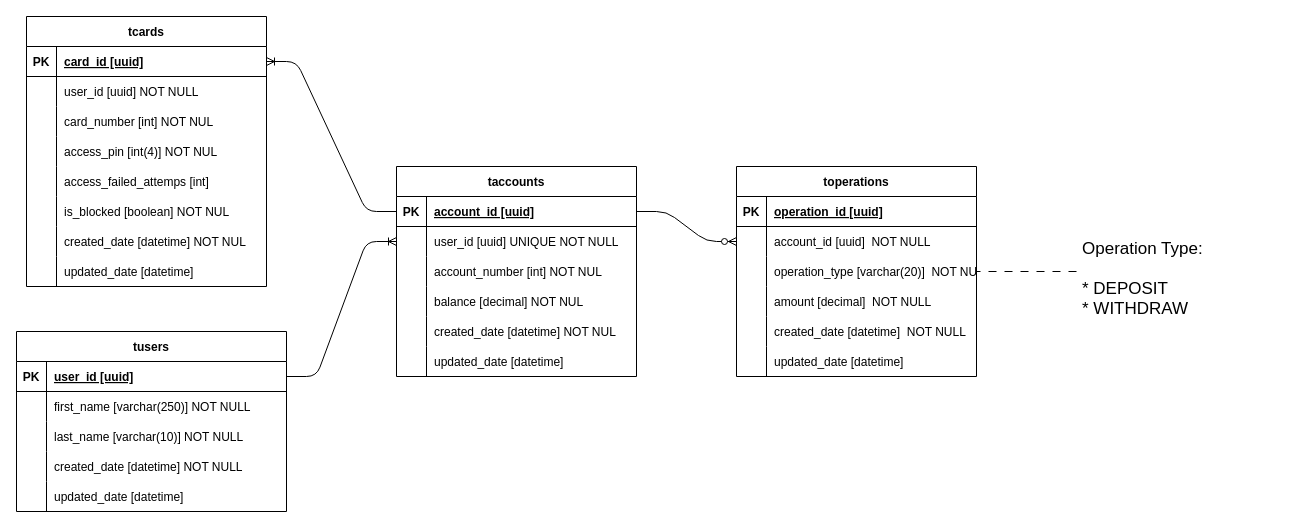
diego-f-ardila-r/challenge keeps this draw.io diagram as doc/metafar-challenge-der.drawio. Above is the earlier version. Source tidied: cells renumbered, new cells numbered last; positions are measured from the earlier drawing's top-left corner, leaving out a move shared by most shapes. Both pictures are drawn from the tidied source at 100%, with x=0, y=0 at pixel (16, 16).
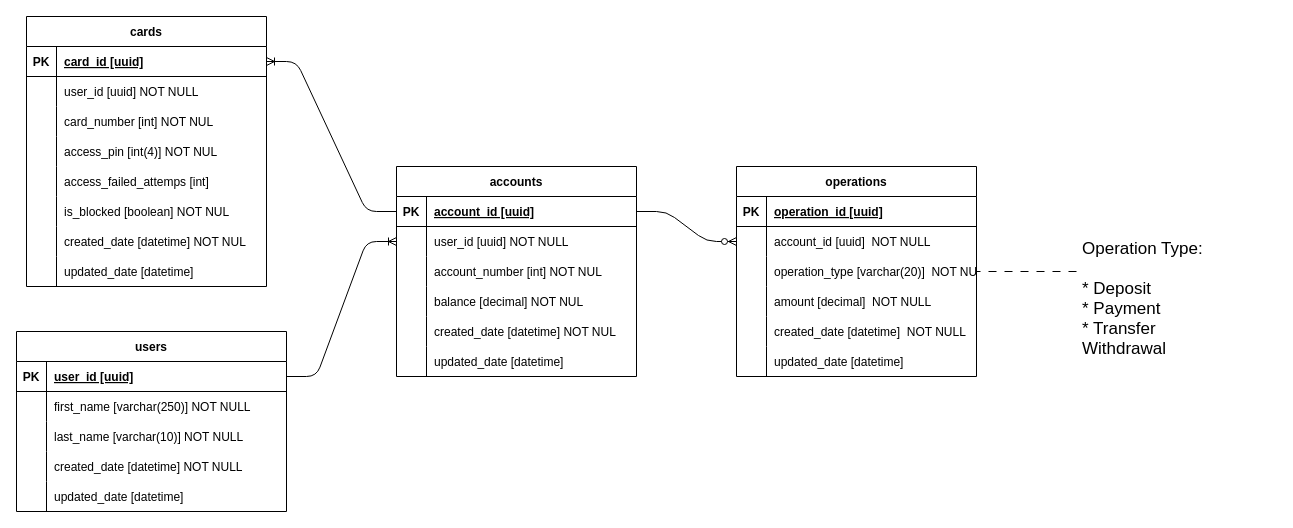
Above is the later version.

Unchanged cells that the change refers to:
```xml
<mxCell id="6" style="shape=tableRow;horizontal=0;startSize=0;swimlaneHead=0;swimlaneBody=0;fillColor=none;points=[[0,0.5],[1,0.5]];portConstraint=eastwest;top=0;left=0;right=0;bottom=0;" parent="2" vertex="1">
  <mxGeometry y="60" width="240" height="30" as="geometry" />
</mxCell>
```

What changed in the source:
```diff
@@
-    <mxCell id="2" value="taccounts" style="shape=table;startSize=30;childLayout=tableLayout;rowLines=0;fontStyle=1;align=center;" parent="1" vertex="1">
+    <mxCell id="2" value="accounts" style="shape=table;startSize=30;childLayout=tableLayout;rowLines=0;fontStyle=1;align=center;" parent="1" vertex="1">
       <mxGeometry x="380" y="150" width="240" height="210" as="geometry" />
     </mxCell>
@@
-    <mxCell id="8" value="user_id [uuid] UNIQUE NOT NULL" style="shape=partialRectangle;fillColor=none;top=0;left=0;bottom=0;right=0;align=left;spacingLeft=6;overflow=hidden;" parent="6" vertex="1">
+    <mxCell id="8" value="user_id [uuid] NOT NULL" style="shape=partialRectangle;fillColor=none;top=0;left=0;bottom=0;right=0;align=left;spacingLeft=6;overflow=hidden;" parent="6" vertex="1">
       <mxGeometry x="30" width="210" height="30" as="geometry" />
     </mxCell>
@@
-    <mxCell id="22" value="toperations" style="shape=table;startSize=30;childLayout=tableLayout;rowLines=0;fontStyle=1;align=center;" parent="1" vertex="1">
+    <mxCell id="22" value="operations" style="shape=table;startSize=30;childLayout=tableLayout;rowLines=0;fontStyle=1;align=center;" parent="1" vertex="1">
       <mxGeometry x="720" y="150" width="240" height="210" as="geometry" />
     </mxCell>
@@
-    <mxCell id="42" value="&#10;Operation Type:&#10;&#10;* DEPOSIT&#10;* WITHDRAW" style="text;strokeColor=none;fillColor=none;spacingLeft=4;spacingRight=4;overflow=hidden;fontSize=17;" parent="1" vertex="1">
-      <mxGeometry x="1060" y="195" width="200" height="120" as="geometry" />
+    <mxCell id="42" value="&#10;Operation Type:&#10;&#10;* Deposit&#10;* Payment&#10;* Transfer&#10;Withdrawal" style="text;strokeColor=none;fillColor=none;spacingLeft=4;spacingRight=4;overflow=hidden;fontSize=17;" parent="1" vertex="1">
+      <mxGeometry x="1060" y="195" width="200" height="165" as="geometry" />
     </mxCell>
@@
-    <mxCell id="44" value="tusers" style="shape=table;startSize=30;childLayout=tableLayout;rowLines=0;fontStyle=1;align=center;" parent="1" vertex="1">
+    <mxCell id="44" value="users" style="shape=table;startSize=30;childLayout=tableLayout;rowLines=0;fontStyle=1;align=center;" parent="1" vertex="1">
       <mxGeometry y="315" width="270" height="180" as="geometry" />
     </mxCell>
@@
-    <mxCell id="60" value="tcards" style="shape=table;startSize=30;childLayout=tableLayout;rowLines=0;fontStyle=1;align=center;" parent="1" vertex="1">
+    <mxCell id="60" value="cards" style="shape=table;startSize=30;childLayout=tableLayout;rowLines=0;fontStyle=1;align=center;" parent="1" vertex="1">
       <mxGeometry x="10" width="240" height="270" as="geometry" />
     </mxCell>
```
